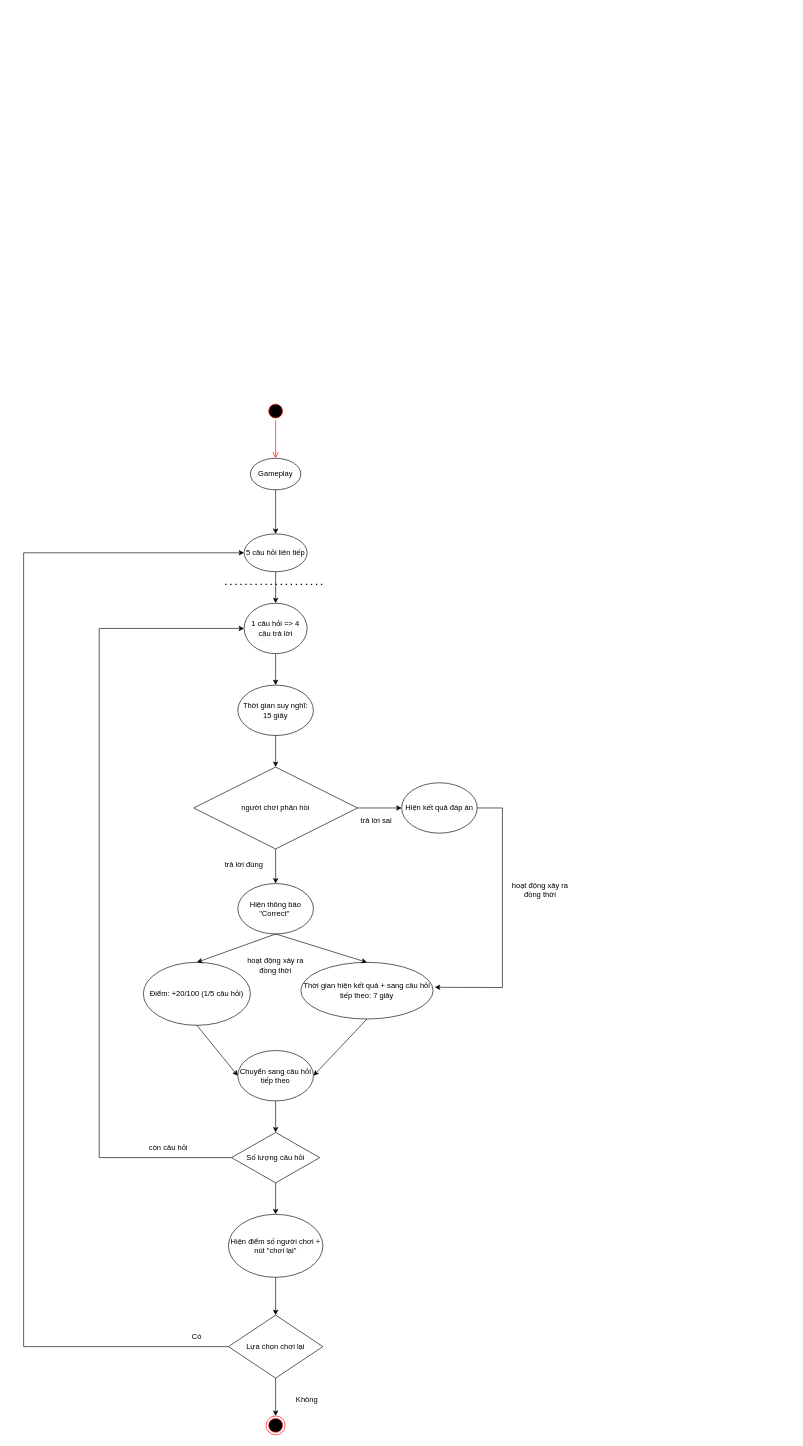
HungBuii/Quiz-Quiz-Quiz-Demo-Project keeps this draw.io diagram as page "Flow Chart - Game Logic" (1 of 2) of Untitled Diagram.drawio. Above is the earlier version. Source tidied: cells renumbered, new cells numbered last; positions are measured from the earlier drawing's top-left corner, leaving out a move shared by most shapes. Both pictures are drawn from the tidied source at 63%, with x=0, y=0 at pixel (23, 401).
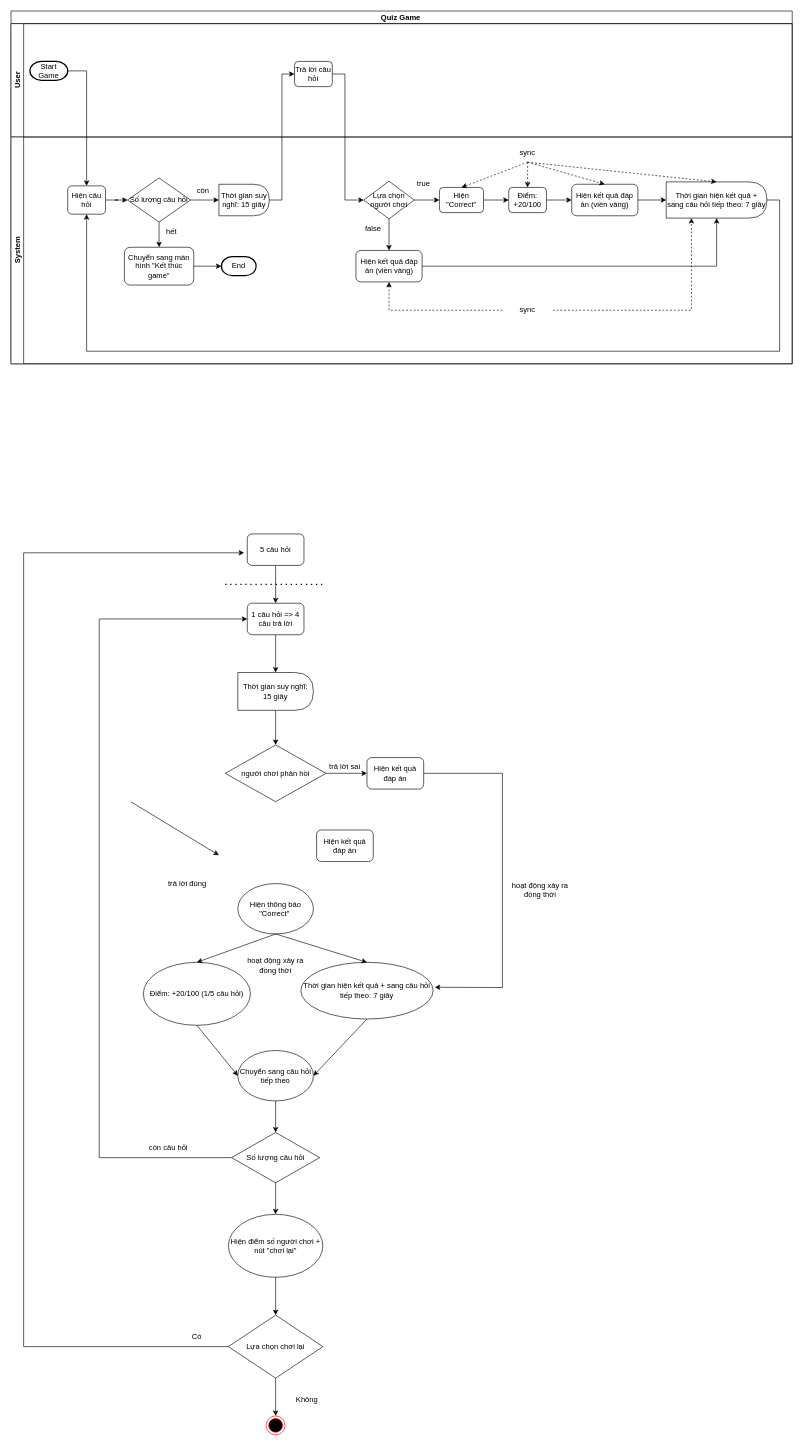
The same diagram, later.

Unchanged cells that the change refers to:
```xml
<mxCell id="10" value="Hiện thông báo &quot;Correct&quot;&amp;nbsp;" style="ellipse;whiteSpace=wrap;html=1;" parent="1" vertex="1">
  <mxGeometry x="340" y="765" width="120" height="80" as="geometry" />
</mxCell>
<mxCell id="21" value="Thời gian hiện kết quả + sang câu hỏi tiếp theo: 7 giây" style="ellipse;whiteSpace=wrap;html=1;" parent="1" vertex="1">
  <mxGeometry x="440" y="890" width="210" height="90" as="geometry" />
</mxCell>
<mxCell id="28" value="Số lượng câu hỏi" style="rhombus;whiteSpace=wrap;html=1;" parent="1" vertex="1">
  <mxGeometry x="330" y="1160" width="140" height="80" as="geometry" />
</mxCell>
<mxCell id="34" value="Lựa chọn chơi lại" style="rhombus;whiteSpace=wrap;html=1;" parent="1" vertex="1">
  <mxGeometry x="325" y="1450" width="150" height="100" as="geometry" />
</mxCell>
```

The edit, as a diff of the source:
```diff
@@
-    <mxCell id="2" value="Gameplay" style="ellipse;whiteSpace=wrap;html=1;" parent="1" vertex="1">
-      <mxGeometry x="360" y="90" width="80" height="50" as="geometry" />
-    </mxCell>
-    <mxCell id="3" value="5 câu hỏi liên tiếp" style="ellipse;whiteSpace=wrap;html=1;" parent="1" vertex="1">
-      <mxGeometry x="350" y="210" width="100" height="60" as="geometry" />
-    </mxCell>
-    <mxCell id="4" value="1 câu hỏi =&amp;gt; 4 câu trả lời" style="ellipse;whiteSpace=wrap;html=1;" parent="1" vertex="1">
-      <mxGeometry x="350" y="320" width="100" height="80" as="geometry" />
-    </mxCell>
-    <mxCell id="5" style="ellipse;html=1;shape=startState;fillColor=#000000;strokeColor=#ff0000;" parent="1" vertex="1">
-      <mxGeometry x="385" width="30" height="30" as="geometry" />
-    </mxCell>
-    <mxCell id="6" style="edgeStyle=orthogonalEdgeStyle;html=1;verticalAlign=bottom;endArrow=open;endSize=8;strokeColor=#ff0000;rounded=0;" parent="1" edge="1" source="5">
-      <mxGeometry relative="1" as="geometry">
-        <mxPoint x="400" y="90" as="targetPoint" />
-      </mxGeometry>
-    </mxCell>
     <mxCell id="7" value="người chơi phản hồi" style="rhombus;whiteSpace=wrap;html=1;" parent="1" vertex="1">
-      <mxGeometry x="270" y="580" width="260" height="130" as="geometry" />
+      <mxGeometry x="320" y="545" width="160" height="90" as="geometry" />
     </mxCell>
-    <mxCell id="8" style="endArrow=classic;html=1;rounded=0;exitX=0.5;exitY=1;exitDx=0;exitDy=0;entryX=0.5;entryY=0;entryDx=0;entryDy=0;" parent="1" edge="1" source="2" target="3">
-      <mxGeometry relative="1" as="geometry" />
-    </mxCell>
-    <mxCell id="9" style="endArrow=classic;html=1;rounded=0;exitX=0.5;exitY=1;exitDx=0;exitDy=0;entryX=0.5;entryY=0;entryDx=0;entryDy=0;" parent="1" edge="1" source="3" target="4">
-      <mxGeometry relative="1" as="geometry" />
+    <mxCell id="9" style="endArrow=classic;html=1;rounded=0;entryX=0.5;entryY=0;entryDx=0;entryDy=0;exitX=0.5;exitY=1;exitDx=0;exitDy=0;" parent="1" edge="1" source="43">
+      <mxGeometry relative="1" as="geometry">
+        <mxPoint x="400" y="320" as="targetPoint" />
+      </mxGeometry>
     </mxCell>
@@
-    <mxCell id="12" style="endArrow=classic;html=1;rounded=0;exitX=0.5;exitY=1;exitDx=0;exitDy=0;entryX=0.5;entryY=0;entryDx=0;entryDy=0;" parent="1" edge="1" source="7" target="10">
-      <mxGeometry relative="1" as="geometry" />
+    <mxCell id="12" style="endArrow=classic;html=1;rounded=0;entryX=0.5;entryY=0;entryDx=0;entryDy=0;" parent="1" edge="1">
+      <mxGeometry relative="1" as="geometry">
+        <mxPoint x="170" y="635" as="sourcePoint" />
+        <mxPoint x="310" y="720" as="targetPoint" />
+      </mxGeometry>
     </mxCell>
     <mxCell id="13" value="trả lời đúng" style="text;html=1;align=center;verticalAlign=middle;whiteSpace=wrap;rounded=0;" parent="1" vertex="1">
-      <mxGeometry x="300" y="720" width="100" height="30" as="geometry" />
+      <mxGeometry x="210" y="750" width="100" height="30" as="geometry" />
     </mxCell>
-    <mxCell id="14" value="Hiện kết quả đáp án" style="ellipse;whiteSpace=wrap;html=1;" parent="1" vertex="1">
-      <mxGeometry x="600" y="605" width="120" height="80" as="geometry" />
-    </mxCell>
-    <mxCell id="15" style="endArrow=classic;html=1;rounded=0;exitX=1;exitY=0.5;exitDx=0;exitDy=0;entryX=0;entryY=0.5;entryDx=0;entryDy=0;" parent="1" edge="1" source="7" target="14">
+    <mxCell id="15" style="endArrow=classic;html=1;rounded=0;exitX=1;exitY=0.5;exitDx=0;exitDy=0;entryX=0;entryY=0.5;entryDx=0;entryDy=0;" parent="1" edge="1" source="7" target="45">
       <mxGeometry relative="1" as="geometry" />
     </mxCell>
     <mxCell id="16" value="trả lời sai" style="text;html=1;align=center;verticalAlign=middle;whiteSpace=wrap;rounded=0;" parent="1" vertex="1">
-      <mxGeometry x="510" y="650" width="100" height="30" as="geometry" />
+      <mxGeometry x="460" y="565" width="100" height="30" as="geometry" />
     </mxCell>
@@
-    <mxCell id="18" value="Thời gian suy nghĩ: 15 giây" style="ellipse;whiteSpace=wrap;html=1;" parent="1" vertex="1">
-      <mxGeometry x="340" y="450" width="120" height="80" as="geometry" />
-    </mxCell>
-    <mxCell id="19" style="endArrow=classic;html=1;rounded=0;exitX=0.5;exitY=1;exitDx=0;exitDy=0;entryX=0.5;entryY=0;entryDx=0;entryDy=0;" parent="1" edge="1" source="4" target="18">
+    <mxCell id="19" style="endArrow=classic;html=1;rounded=0;exitX=0.5;exitY=1;exitDx=0;exitDy=0;entryX=0.5;entryY=0;entryDx=0;entryDy=0;" parent="1" edge="1" source="4" target="44">
       <mxGeometry relative="1" as="geometry" />
     </mxCell>
-    <mxCell id="20" style="endArrow=classic;html=1;rounded=0;exitX=0.5;exitY=1;exitDx=0;exitDy=0;entryX=0.5;entryY=0;entryDx=0;entryDy=0;" parent="1" edge="1" source="18" target="7">
+    <mxCell id="20" style="endArrow=classic;html=1;rounded=0;exitX=0.5;exitY=1;exitDx=0;exitDy=0;entryX=0.5;entryY=0;entryDx=0;entryDy=0;" parent="1" edge="1" source="44" target="7">
       <mxGeometry relative="1" as="geometry" />
     </mxCell>
@@
-    <mxCell id="24" style="endArrow=classic;html=1;rounded=0;exitX=1;exitY=0.5;exitDx=0;exitDy=0;entryX=1.013;entryY=0.44;entryDx=0;entryDy=0;entryPerimeter=0;" parent="1" edge="1" source="14" target="21">
+    <mxCell id="24" style="endArrow=classic;html=1;rounded=0;exitX=1;exitY=0.5;exitDx=0;exitDy=0;entryX=1.013;entryY=0.44;entryDx=0;entryDy=0;entryPerimeter=0;" parent="1" edge="1" source="45" target="21">
       <mxGeometry relative="1" as="geometry">
         <Array as="points">
-          <mxPoint x="760" y="645" />
+          <mxPoint x="760" y="590" />
           <mxPoint x="760" y="930" />
         </Array>
       </mxGeometry>
     </mxCell>
@@
     <mxCell id="29" style="endArrow=classic;html=1;rounded=0;exitX=0;exitY=0.5;exitDx=0;exitDy=0;entryX=0;entryY=0.5;entryDx=0;entryDy=0;" parent="1" edge="1" source="28" target="4">
       <mxGeometry relative="1" as="geometry">
         <Array as="points">
           <mxPoint x="120" y="1200" />
-          <mxPoint x="120" y="360" />
+          <mxPoint x="120" y="345" />
         </Array>
       </mxGeometry>
     </mxCell>
@@
-    <mxCell id="35" style="endArrow=classic;html=1;rounded=0;exitX=0;exitY=0.5;exitDx=0;exitDy=0;entryX=0;entryY=0.5;entryDx=0;entryDy=0;" parent="1" edge="1" source="34" target="3">
+    <mxCell id="35" style="endArrow=classic;html=1;rounded=0;exitX=0;exitY=0.5;exitDx=0;exitDy=0;entryX=0;entryY=0.5;entryDx=0;entryDy=0;" parent="1" edge="1" source="34">
       <mxGeometry relative="1" as="geometry">
+        <mxPoint x="350" y="240" as="targetPoint" />
         <Array as="points">
           <mxPoint y="1500" />
           <mxPoint y="240" />
         </Array>
       </mxGeometry>
     </mxCell>
@@
+    <mxCell id="43" value="5 câu hỏi" style="rounded=1;whiteSpace=wrap;html=1;" parent="1" vertex="1">
+      <mxGeometry x="355" y="210" width="90" height="50" as="geometry" />
+    </mxCell>
+    <mxCell id="4" value="1 câu hỏi =&amp;gt; 4 câu trả lời" style="rounded=1;whiteSpace=wrap;html=1;" parent="1" vertex="1">
+      <mxGeometry x="355" y="320" width="90" height="50" as="geometry" />
+    </mxCell>
+    <mxCell id="44" value="Thời gian suy nghĩ: 15 giây" style="shape=delay;whiteSpace=wrap;html=1;" parent="1" vertex="1">
+      <mxGeometry x="340" y="430" width="120" height="60" as="geometry" />
+    </mxCell>
+    <mxCell id="45" value="Hiện kết quả đáp án" style="rounded=1;whiteSpace=wrap;html=1;" parent="1" vertex="1">
+      <mxGeometry x="545" y="565" width="90" height="50" as="geometry" />
+    </mxCell>
+    <mxCell id="46" value="Hiện kết quả đáp án" style="rounded=1;whiteSpace=wrap;html=1;" parent="1" vertex="1">
+      <mxGeometry x="465" y="680" width="90" height="50" as="geometry" />
+    </mxCell>
+    <mxCell id="47" value="Quiz Game&amp;nbsp;" style="swimlane;horizontal=1;startSize=20;html=1;" parent="1" vertex="1">
+      <mxGeometry x="-20" y="-620" width="1240" height="560" as="geometry" />
+    </mxCell>
+    <mxCell id="48" value="User" style="swimlane;startSize=20;horizontal=0;html=1;" parent="47" vertex="1">
+      <mxGeometry y="20" width="1240" height="180" as="geometry" />
+    </mxCell>
+    <mxCell id="49" value="Start Game" style="strokeWidth=2;html=1;shape=mxgraph.flowchart.terminator;whiteSpace=wrap;" parent="48" vertex="1">
+      <mxGeometry x="30" y="60" width="60" height="30" as="geometry" />
+    </mxCell>
+    <mxCell id="50" style="edgeStyle=orthogonalEdgeStyle;rounded=0;jettySize=auto;html=1;entryX=0.5;entryY=0;entryDx=0;entryDy=0;exitX=1;exitY=0.5;exitDx=0;exitDy=0;exitPerimeter=0;" parent="47" edge="1" source="49" target="53">
+      <mxGeometry relative="1" as="geometry" />
+    </mxCell>
+    <mxCell id="51" value="System" style="swimlane;startSize=20;horizontal=0;html=1;" parent="47" vertex="1">
+      <mxGeometry y="200" width="1240" height="360" as="geometry" />
+    </mxCell>
+    <mxCell id="52" style="edgeStyle=orthogonalEdgeStyle;rounded=0;jettySize=auto;html=1;entryX=0;entryY=0.5;entryDx=0;entryDy=0;" parent="51" edge="1" source="53" target="80">
+      <mxGeometry relative="1" as="geometry" />
+    </mxCell>
+    <mxCell id="53" value="Hiện câu hỏi" style="rounded=1;whiteSpace=wrap;html=1;" parent="51" vertex="1">
+      <mxGeometry x="90" y="77.5" width="60" height="45" as="geometry" />
+    </mxCell>
+    <mxCell id="54" value="Trả lời câu hỏi" style="rounded=1;whiteSpace=wrap;html=1;" parent="51" vertex="1">
+      <mxGeometry x="450" y="-120" width="60" height="40" as="geometry" />
+    </mxCell>
+    <mxCell id="55" style="endArrow=classic;html=1;rounded=0;exitX=1;exitY=0.5;exitDx=0;exitDy=0;entryX=0;entryY=0.5;entryDx=0;entryDy=0;" parent="51" edge="1" source="57" target="54">
+      <mxGeometry relative="1" as="geometry">
+        <Array as="points">
+          <mxPoint x="430" y="100" />
+          <mxPoint x="430" y="-100" />
+        </Array>
+      </mxGeometry>
+    </mxCell>
+    <mxCell id="56" style="endArrow=classic;html=1;rounded=0;exitX=1;exitY=0.5;exitDx=0;exitDy=0;entryX=0;entryY=0.5;entryDx=0;entryDy=0;" parent="51" edge="1" source="54" target="59">
+      <mxGeometry relative="1" as="geometry">
+        <Array as="points">
+          <mxPoint x="530" y="-100" />
+          <mxPoint x="530" y="100" />
+        </Array>
+      </mxGeometry>
+    </mxCell>
+    <mxCell id="57" value="Thời gian suy nghĩ: 15 giây" style="shape=delay;whiteSpace=wrap;html=1;" parent="51" vertex="1">
+      <mxGeometry x="330" y="75" width="80" height="50" as="geometry" />
+    </mxCell>
+    <mxCell id="58" style="edgeStyle=orthogonalEdgeStyle;rounded=0;jettySize=auto;html=1;" parent="51" edge="1" source="59" target="65">
+      <mxGeometry relative="1" as="geometry" />
+    </mxCell>
+    <mxCell id="59" value="Lựa chọn người chơi" style="rhombus;whiteSpace=wrap;html=1;" parent="51" vertex="1">
+      <mxGeometry x="560" y="70" width="80" height="60" as="geometry" />
+    </mxCell>
+    <mxCell id="60" value="false" style="text;html=1;align=center;verticalAlign=middle;whiteSpace=wrap;rounded=0;" parent="51" vertex="1">
+      <mxGeometry x="550" y="130" width="50" height="30" as="geometry" />
+    </mxCell>
+    <mxCell id="61" style="edgeStyle=orthogonalEdgeStyle;rounded=0;jettySize=auto;html=1;entryX=0.5;entryY=1;entryDx=0;entryDy=0;" parent="51" edge="1" source="62" target="75">
+      <mxGeometry relative="1" as="geometry" />
+    </mxCell>
+    <mxCell id="62" value="Hiện kết quả đáp án (viền vàng)" style="rounded=1;whiteSpace=wrap;html=1;" parent="51" vertex="1">
+      <mxGeometry x="547.5" y="180" width="105" height="50" as="geometry" />
+    </mxCell>
+    <mxCell id="63" style="endArrow=classic;html=1;rounded=0;exitX=0.5;exitY=1;exitDx=0;exitDy=0;entryX=0.5;entryY=0;entryDx=0;entryDy=0;" parent="51" edge="1" source="59" target="62">
+      <mxGeometry relative="1" as="geometry" />
+    </mxCell>
+    <mxCell id="64" style="edgeStyle=orthogonalEdgeStyle;rounded=0;jettySize=auto;html=1;entryX=0;entryY=0.5;entryDx=0;entryDy=0;" parent="51" edge="1" source="65" target="68">
+      <mxGeometry relative="1" as="geometry" />
+    </mxCell>
+    <mxCell id="65" value="Hiện &quot;Correct&quot;" style="rounded=1;whiteSpace=wrap;html=1;" parent="51" vertex="1">
+      <mxGeometry x="680" y="80" width="70" height="40" as="geometry" />
+    </mxCell>
+    <mxCell id="66" value="true" style="text;html=1;align=center;verticalAlign=middle;whiteSpace=wrap;rounded=0;" parent="51" vertex="1">
+      <mxGeometry x="630" y="60" width="50" height="30" as="geometry" />
+    </mxCell>
+    <mxCell id="67" style="edgeStyle=orthogonalEdgeStyle;rounded=0;jettySize=auto;html=1;entryX=0;entryY=0.5;entryDx=0;entryDy=0;" parent="51" edge="1" source="68" target="69">
+      <mxGeometry relative="1" as="geometry" />
+    </mxCell>
+    <mxCell id="68" value="Điểm: +20/100" style="rounded=1;whiteSpace=wrap;html=1;" parent="51" vertex="1">
+      <mxGeometry x="790" y="80" width="60" height="40" as="geometry" />
+    </mxCell>
+    <mxCell id="69" value="Hiện kết quả đáp án (viền vàng)" style="rounded=1;whiteSpace=wrap;html=1;" parent="51" vertex="1">
+      <mxGeometry x="890" y="75" width="105" height="50" as="geometry" />
+    </mxCell>
+    <mxCell id="70" value="sync" style="text;html=1;align=center;verticalAlign=middle;whiteSpace=wrap;rounded=0;" parent="51" vertex="1">
+      <mxGeometry x="780" y="10" width="80" height="30" as="geometry" />
+    </mxCell>
+    <mxCell id="71" style="endArrow=classic;html=1;rounded=0;exitX=0.5;exitY=1;exitDx=0;exitDy=0;entryX=0.5;entryY=0;entryDx=0;entryDy=0;dashed=1;" parent="51" edge="1" source="70" target="65">
+      <mxGeometry relative="1" as="geometry" />
+    </mxCell>
+    <mxCell id="72" style="endArrow=classic;html=1;rounded=0;exitX=0.5;exitY=1;exitDx=0;exitDy=0;entryX=0.5;entryY=0;entryDx=0;entryDy=0;dashed=1;" parent="51" edge="1" source="70" target="68">
+      <mxGeometry relative="1" as="geometry" />
+    </mxCell>
+    <mxCell id="73" style="endArrow=classic;html=1;rounded=0;exitX=0.5;exitY=1;exitDx=0;exitDy=0;entryX=0.5;entryY=0;entryDx=0;entryDy=0;dashed=1;" parent="51" edge="1" source="70" target="69">
+      <mxGeometry relative="1" as="geometry" />
+    </mxCell>
+    <mxCell id="74" style="edgeStyle=orthogonalEdgeStyle;rounded=0;jettySize=auto;html=1;entryX=0.5;entryY=1;entryDx=0;entryDy=0;exitX=1;exitY=0.5;exitDx=0;exitDy=0;" parent="51" edge="1" source="75" target="53">
+      <mxGeometry relative="1" as="geometry">
+        <Array as="points">
+          <mxPoint x="1220" y="100" />
+          <mxPoint x="1220" y="340" />
+          <mxPoint x="120" y="340" />
+        </Array>
+      </mxGeometry>
+    </mxCell>
+    <mxCell id="75" value="Thời gian hiện kết quả + sang câu hỏi tiếp theo: 7 giây" style="shape=delay;whiteSpace=wrap;html=1;" parent="51" vertex="1">
+      <mxGeometry x="1040" y="71.2" width="160" height="57.5" as="geometry" />
+    </mxCell>
+    <mxCell id="76" style="endArrow=classic;html=1;rounded=0;exitX=1;exitY=0.5;exitDx=0;exitDy=0;entryX=0;entryY=0.5;entryDx=0;entryDy=0;" parent="51" edge="1" source="69" target="75">
+      <mxGeometry relative="1" as="geometry" />
+    </mxCell>
+    <mxCell id="77" style="endArrow=classic;html=1;rounded=0;exitX=0.5;exitY=1;exitDx=0;exitDy=0;entryX=0.5;entryY=0;entryDx=0;entryDy=0;dashed=1;" parent="51" edge="1" source="70" target="75">
+      <mxGeometry relative="1" as="geometry" />
+    </mxCell>
+    <mxCell id="78" style="edgeStyle=orthogonalEdgeStyle;rounded=0;jettySize=auto;html=1;entryX=0.5;entryY=0;entryDx=0;entryDy=0;" parent="51" edge="1" source="80" target="82">
+      <mxGeometry relative="1" as="geometry" />
+    </mxCell>
+    <mxCell id="79" style="edgeStyle=orthogonalEdgeStyle;rounded=0;jettySize=auto;html=1;entryX=0;entryY=0.5;entryDx=0;entryDy=0;" parent="51" edge="1" source="80" target="57">
+      <mxGeometry relative="1" as="geometry" />
+    </mxCell>
+    <mxCell id="80" value="Số lượng câu hỏi" style="rhombus;whiteSpace=wrap;html=1;" parent="51" vertex="1">
+      <mxGeometry x="185" y="65" width="100" height="70" as="geometry" />
+    </mxCell>
+    <mxCell id="81" style="edgeStyle=orthogonalEdgeStyle;rounded=0;jettySize=auto;html=1;" parent="51" edge="1" source="82" target="83">
+      <mxGeometry relative="1" as="geometry" />
+    </mxCell>
+    <mxCell id="82" value="Chuyển sang màn hình &quot;Kết thúc game&quot;" style="rounded=1;whiteSpace=wrap;html=1;" parent="51" vertex="1">
+      <mxGeometry x="180" y="175" width="110" height="60" as="geometry" />
+    </mxCell>
+    <mxCell id="83" value="End" style="strokeWidth=2;html=1;shape=mxgraph.flowchart.terminator;whiteSpace=wrap;" parent="51" vertex="1">
+      <mxGeometry x="334" y="190" width="55" height="30" as="geometry" />
+    </mxCell>
+    <mxCell id="84" value="còn" style="text;html=1;align=center;verticalAlign=middle;whiteSpace=wrap;rounded=0;" parent="51" vertex="1">
+      <mxGeometry x="280" y="70" width="50" height="30" as="geometry" />
+    </mxCell>
+    <mxCell id="85" value="hết" style="text;html=1;align=center;verticalAlign=middle;whiteSpace=wrap;rounded=0;" parent="51" vertex="1">
+      <mxGeometry x="230" y="135" width="50" height="30" as="geometry" />
+    </mxCell>
+    <mxCell id="86" value="sync" style="text;html=1;align=center;verticalAlign=middle;whiteSpace=wrap;rounded=0;" parent="51" vertex="1">
+      <mxGeometry x="780" y="260" width="80" height="30" as="geometry" />
+    </mxCell>
+    <mxCell id="87" style="endArrow=classic;html=1;rounded=0;exitX=0;exitY=0.5;exitDx=0;exitDy=0;entryX=0.5;entryY=1;entryDx=0;entryDy=0;dashed=1;" parent="51" edge="1" source="86" target="62">
+      <mxGeometry relative="1" as="geometry">
+        <Array as="points">
+          <mxPoint x="600" y="275" />
+        </Array>
+      </mxGeometry>
+    </mxCell>
+    <mxCell id="88" style="endArrow=classic;html=1;rounded=0;exitX=1;exitY=0.5;exitDx=0;exitDy=0;entryX=0.25;entryY=1;entryDx=0;entryDy=0;dashed=1;" parent="51" edge="1" source="86" target="75">
+      <mxGeometry relative="1" as="geometry">
+        <Array as="points">
+          <mxPoint x="1080" y="275" />
+        </Array>
+      </mxGeometry>
+    </mxCell>
```
